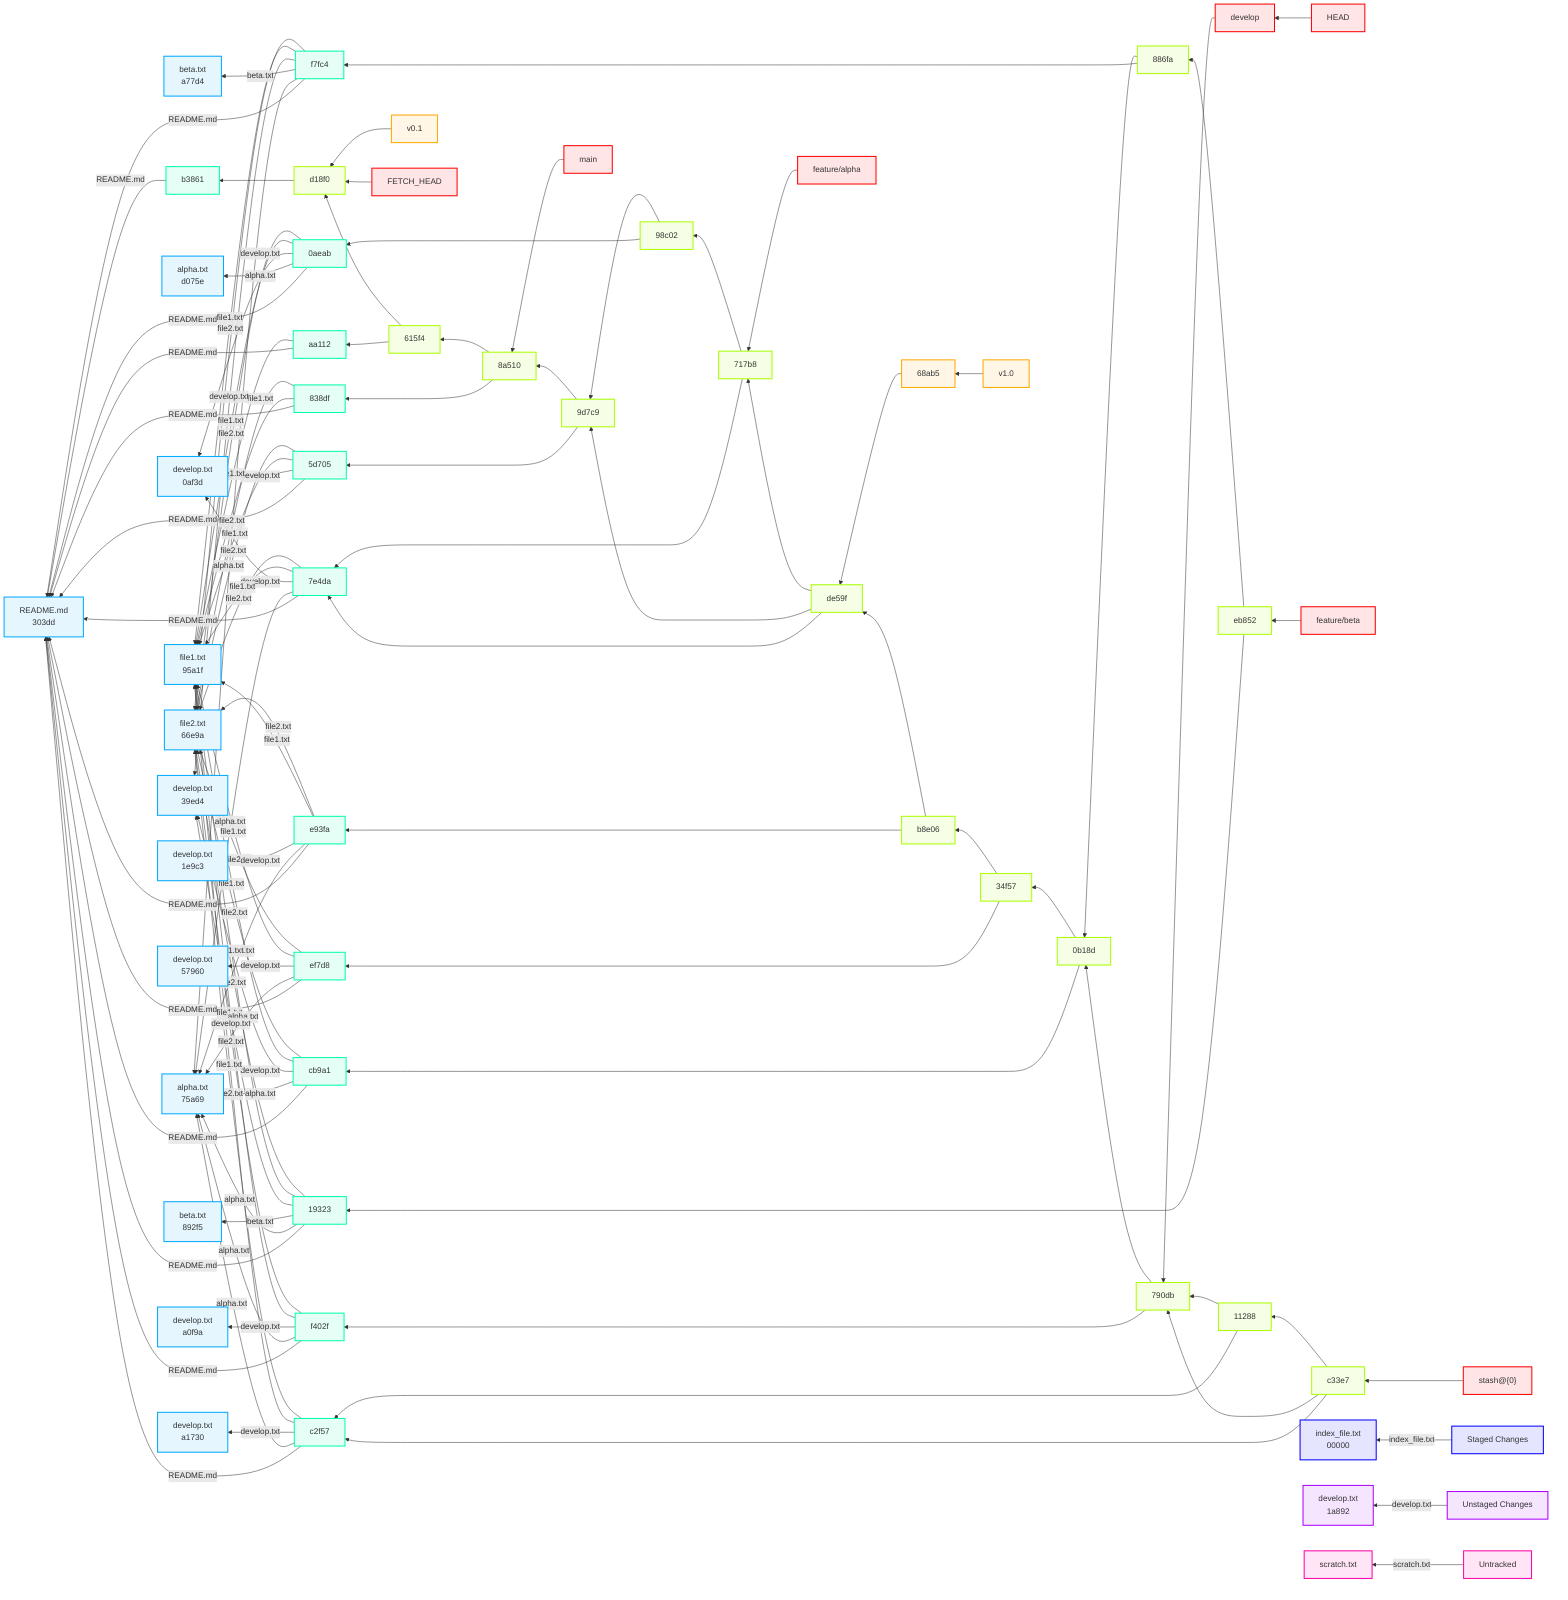
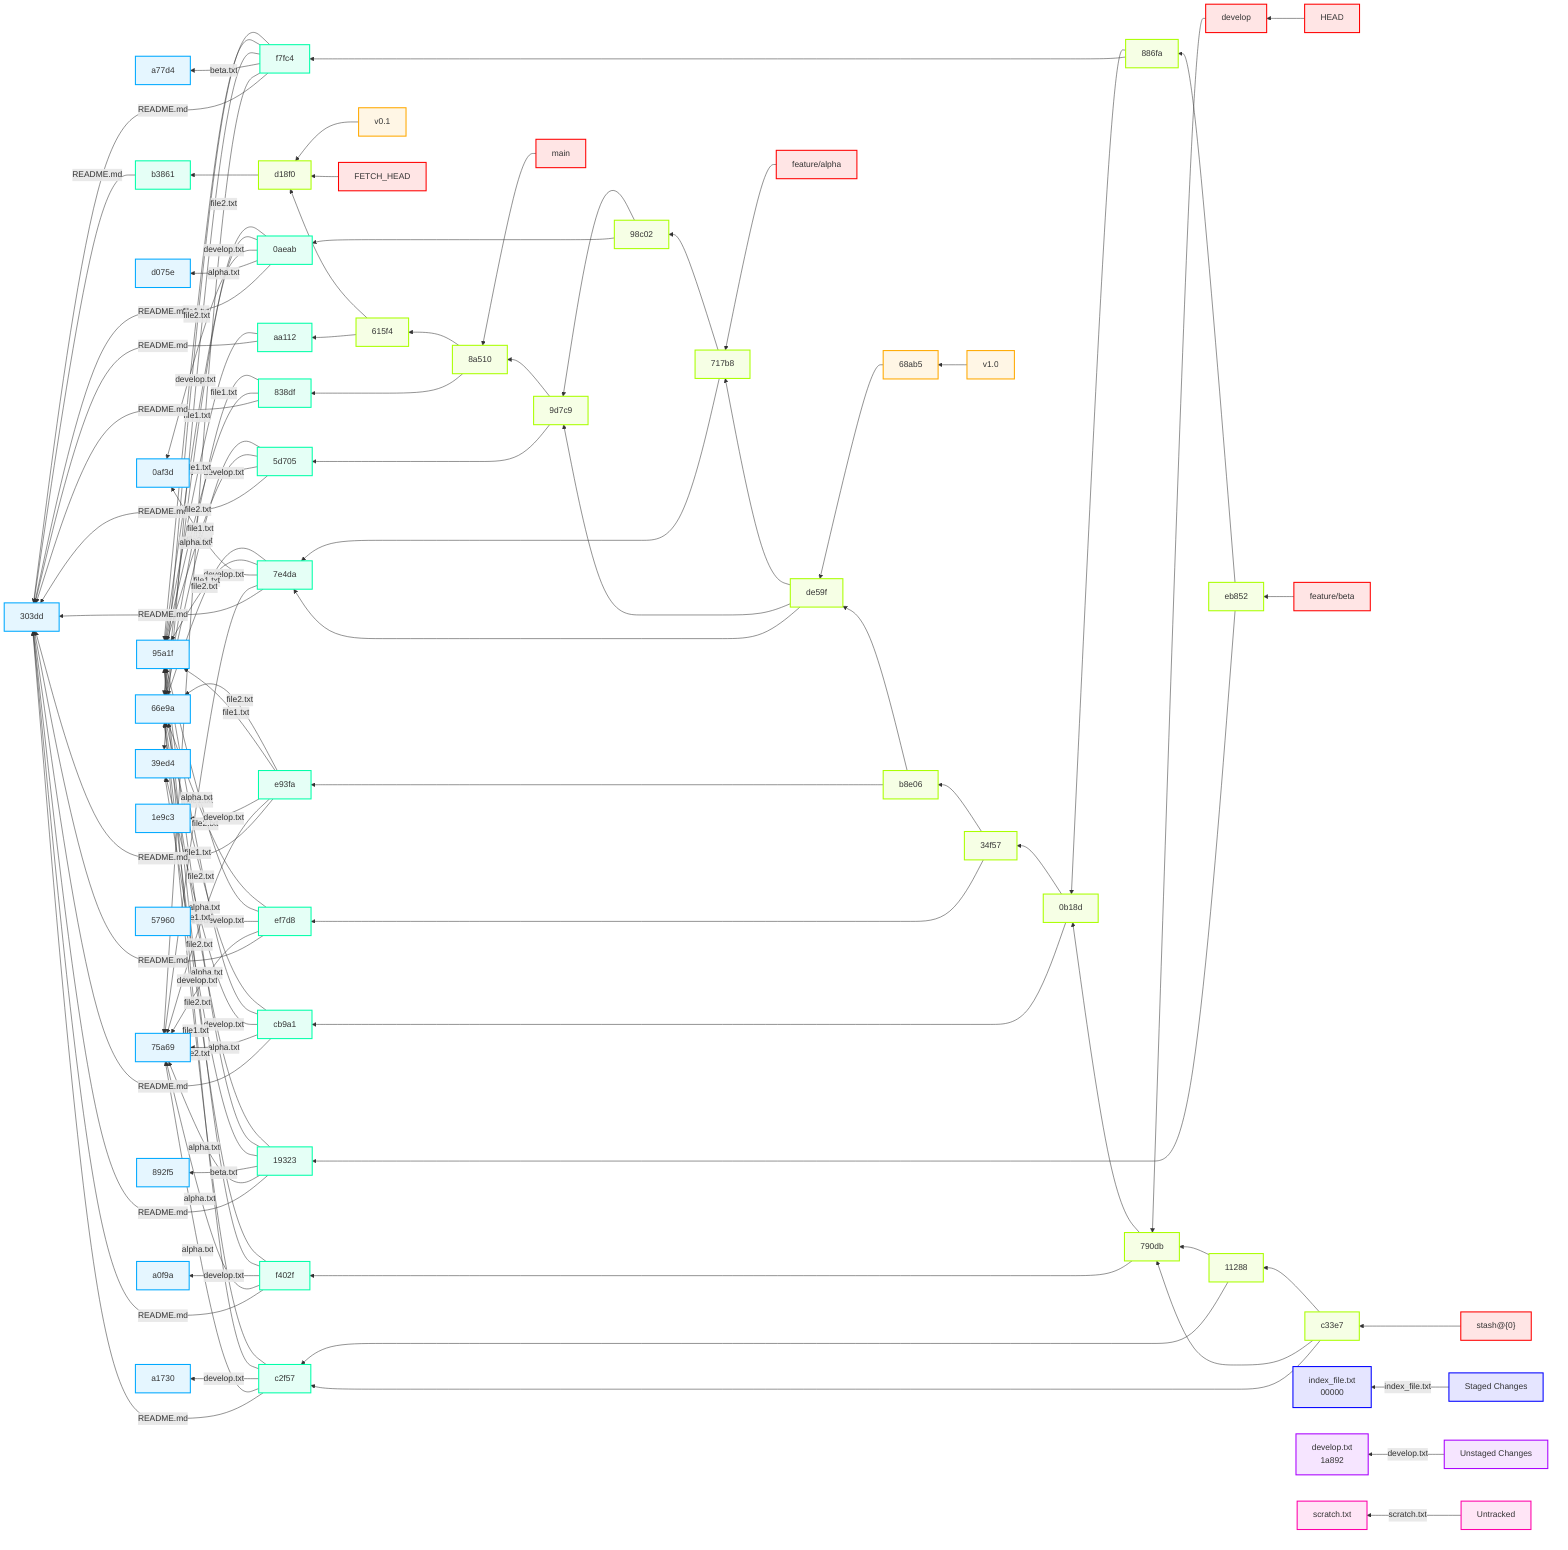
flowchart RL
    HEAD["HEAD"]
    refs_heads_develop["develop"]
    790db164f18098ef413853e56f7d93e70a2c187a["790db"]
    f402fa6c1016fcdcff2de566c4b4b2654d8acd5d["f402f"]
-     303ddddd86883f5558adc9d682135c455484e2e5["README.md<br/>303dd"]
-     75a69bc3472a11337ee6295f6b77e052fd098002["alpha.txt<br/>75a69"]
-     a0f9a4b4bc907de626292ea1edbab06250694827["develop.txt<br/>a0f9a"]
-     95a1fe834d4523c228c9deefcb9cf7f6395216aa["file1.txt<br/>95a1f"]
-     66e9a0d2f63c60d180b5ff437a8231611adaddc6["file2.txt<br/>66e9a"]
+     303ddddd86883f5558adc9d682135c455484e2e5["303dd"]
+     75a69bc3472a11337ee6295f6b77e052fd098002["75a69"]
+     a0f9a4b4bc907de626292ea1edbab06250694827["a0f9a"]
+     95a1fe834d4523c228c9deefcb9cf7f6395216aa["95a1f"]
+     66e9a0d2f63c60d180b5ff437a8231611adaddc6["66e9a"]
    0b18da950bf84d50fbc7562a4747f13094fc85df["0b18d"]
    cb9a102698e08fde659c8dc35f746fd4d3b736a5["cb9a1"]
-     39ed40bfad4199fb9caf6b8708f6ceb29dddad55["develop.txt<br/>39ed4"]
+     39ed40bfad4199fb9caf6b8708f6ceb29dddad55["39ed4"]
    34f5775c53e87185c6f0c5342e74c9f9d9a06c40["34f57"]
    ef7d89c5c18b0536fb7fb223de667dad764790e2["ef7d8"]
-     579608ebc45ea5a4fbd99f327d8e87747ba0bcd0["develop.txt<br/>57960"]
+     579608ebc45ea5a4fbd99f327d8e87747ba0bcd0["57960"]
    b8e06ba0f1639a2621da80b7b45bf60c9c90abda["b8e06"]
    e93fa8bfe86f6204ff476394d1395632759ecd68["e93fa"]
-     1e9c3ad5bf46b88f5866a53745447482284bf6f9["develop.txt<br/>1e9c3"]
+     1e9c3ad5bf46b88f5866a53745447482284bf6f9["1e9c3"]
    de59f3a1667fc051ccc0b0682694585e36040bf4["de59f"]
    7e4da62c636b6687f6affdd75895cbb867edd60f["7e4da"]
-     0af3daa9e28399e5345bd9961a2ff9c3b205659a["develop.txt<br/>0af3d"]
+     0af3daa9e28399e5345bd9961a2ff9c3b205659a["0af3d"]
    717b8ae6fe822a635bb36b718f6a7cb2a27863a5["717b8"]
    98c0271fb08e9ec656af44e1ce7e1f310d722f3b["98c02"]
    0aeab4513b0974c994319324459ffd1f719bf214["0aeab"]
-     d075eae27ad577ffbe2575a096bdffe45022317b["alpha.txt<br/>d075e"]
+     d075eae27ad577ffbe2575a096bdffe45022317b["d075e"]
    9d7c9410192654b9445d1935283210dbfa43d722["9d7c9"]
    5d70501ebd4985e449433f8bc0a107c3c68905be["5d705"]
    8a510ae66f449135f143a5099d7f7c8755c8fe9a["8a510"]
    838df0d60c3d8eebc3ed0888dcde284226fb66ab["838df"]
    615f48cc20ab3061238d022c49147045241a004f["615f4"]
    aa112b5460a82a77bbfc62caa4f2396bd48e12b8["aa112"]
    d18f056029432df7a41eacf452447a111f0f4a12["d18f0"]
    b3861aade2f5e7468c5d9016daf9780aeca713dd["b3861"]
    refs_heads_feature_alpha["feature/alpha"]
    refs_heads_feature_beta["feature/beta"]
    eb852ccf183082960915022040318f9549283f89["eb852"]
    1932397668064ab7e82715c6f79d47e8c2b2eac9["19323"]
-     892f5705b5026ed7130eae97ab57da9572ec2f00["beta.txt<br/>892f5"]
+     892f5705b5026ed7130eae97ab57da9572ec2f00["892f5"]
    886fab2b89c493ab873baa91ecb1438da7321edc["886fa"]
    f7fc420ec36ab4b139311a811157bb7681def36e["f7fc4"]
-     a77d4b8eacb32787386d8fabd77b7f8095352a85["beta.txt<br/>a77d4"]
+     a77d4b8eacb32787386d8fabd77b7f8095352a85["a77d4"]
    refs_heads_main["main"]
    refs_tags_v0_1["v0.1"]
    refs_tags_v1_0["v1.0"]
    68ab57a3957981ada1d7d99f5ed25152cf0c89d8["68ab5"]
    FETCH_HEAD["FETCH_HEAD"]
    stash_stash__0_["stash@{0}"]
    c33e73c6409632d1e00d353d3496d65cf06675df["c33e7"]
    c2f575b00ce2b17e91b59cc868ad7ccac2a07530["c2f57"]
-     a1730e1af68de3d9c44ad600a077143309128fc1["develop.txt<br/>a1730"]
+     a1730e1af68de3d9c44ad600a077143309128fc1["a1730"]
    112885a309337593323175787051795afbcd2ad7["11288"]
    Staged_Changes["Staged Changes"]
    staged_index_file_txt["index_file.txt<br/>00000"]
    Unstaged_Changes["Unstaged Changes"]
    unstaged_develop_txt["develop.txt<br/>1a892"]
    Untracked["Untracked"]
    untracked_scratch_txt["scratch.txt"]
    HEAD --> refs_heads_develop
    refs_heads_develop --> 790db164f18098ef413853e56f7d93e70a2c187a
    790db164f18098ef413853e56f7d93e70a2c187a --> f402fa6c1016fcdcff2de566c4b4b2654d8acd5d
    f402fa6c1016fcdcff2de566c4b4b2654d8acd5d -->|"README.md"| 303ddddd86883f5558adc9d682135c455484e2e5
    f402fa6c1016fcdcff2de566c4b4b2654d8acd5d -->|"alpha.txt"| 75a69bc3472a11337ee6295f6b77e052fd098002
    f402fa6c1016fcdcff2de566c4b4b2654d8acd5d -->|"develop.txt"| a0f9a4b4bc907de626292ea1edbab06250694827
    f402fa6c1016fcdcff2de566c4b4b2654d8acd5d -->|"file1.txt"| 95a1fe834d4523c228c9deefcb9cf7f6395216aa
    f402fa6c1016fcdcff2de566c4b4b2654d8acd5d -->|"file2.txt"| 66e9a0d2f63c60d180b5ff437a8231611adaddc6
    790db164f18098ef413853e56f7d93e70a2c187a --> 0b18da950bf84d50fbc7562a4747f13094fc85df
    0b18da950bf84d50fbc7562a4747f13094fc85df --> cb9a102698e08fde659c8dc35f746fd4d3b736a5
    cb9a102698e08fde659c8dc35f746fd4d3b736a5 -->|"README.md"| 303ddddd86883f5558adc9d682135c455484e2e5
    cb9a102698e08fde659c8dc35f746fd4d3b736a5 -->|"alpha.txt"| 75a69bc3472a11337ee6295f6b77e052fd098002
    cb9a102698e08fde659c8dc35f746fd4d3b736a5 -->|"develop.txt"| 39ed40bfad4199fb9caf6b8708f6ceb29dddad55
    cb9a102698e08fde659c8dc35f746fd4d3b736a5 -->|"file1.txt"| 95a1fe834d4523c228c9deefcb9cf7f6395216aa
    cb9a102698e08fde659c8dc35f746fd4d3b736a5 -->|"file2.txt"| 66e9a0d2f63c60d180b5ff437a8231611adaddc6
    0b18da950bf84d50fbc7562a4747f13094fc85df --> 34f5775c53e87185c6f0c5342e74c9f9d9a06c40
    34f5775c53e87185c6f0c5342e74c9f9d9a06c40 --> ef7d89c5c18b0536fb7fb223de667dad764790e2
    ef7d89c5c18b0536fb7fb223de667dad764790e2 -->|"README.md"| 303ddddd86883f5558adc9d682135c455484e2e5
    ef7d89c5c18b0536fb7fb223de667dad764790e2 -->|"alpha.txt"| 75a69bc3472a11337ee6295f6b77e052fd098002
    ef7d89c5c18b0536fb7fb223de667dad764790e2 -->|"develop.txt"| 579608ebc45ea5a4fbd99f327d8e87747ba0bcd0
    ef7d89c5c18b0536fb7fb223de667dad764790e2 -->|"file1.txt"| 95a1fe834d4523c228c9deefcb9cf7f6395216aa
    ef7d89c5c18b0536fb7fb223de667dad764790e2 -->|"file2.txt"| 66e9a0d2f63c60d180b5ff437a8231611adaddc6
    34f5775c53e87185c6f0c5342e74c9f9d9a06c40 --> b8e06ba0f1639a2621da80b7b45bf60c9c90abda
    b8e06ba0f1639a2621da80b7b45bf60c9c90abda --> e93fa8bfe86f6204ff476394d1395632759ecd68
    e93fa8bfe86f6204ff476394d1395632759ecd68 -->|"README.md"| 303ddddd86883f5558adc9d682135c455484e2e5
    e93fa8bfe86f6204ff476394d1395632759ecd68 -->|"alpha.txt"| 75a69bc3472a11337ee6295f6b77e052fd098002
    e93fa8bfe86f6204ff476394d1395632759ecd68 -->|"develop.txt"| 1e9c3ad5bf46b88f5866a53745447482284bf6f9
    e93fa8bfe86f6204ff476394d1395632759ecd68 -->|"file1.txt"| 95a1fe834d4523c228c9deefcb9cf7f6395216aa
    e93fa8bfe86f6204ff476394d1395632759ecd68 -->|"file2.txt"| 66e9a0d2f63c60d180b5ff437a8231611adaddc6
    b8e06ba0f1639a2621da80b7b45bf60c9c90abda --> de59f3a1667fc051ccc0b0682694585e36040bf4
    de59f3a1667fc051ccc0b0682694585e36040bf4 --> 7e4da62c636b6687f6affdd75895cbb867edd60f
    7e4da62c636b6687f6affdd75895cbb867edd60f -->|"README.md"| 303ddddd86883f5558adc9d682135c455484e2e5
    7e4da62c636b6687f6affdd75895cbb867edd60f -->|"alpha.txt"| 75a69bc3472a11337ee6295f6b77e052fd098002
    7e4da62c636b6687f6affdd75895cbb867edd60f -->|"develop.txt"| 0af3daa9e28399e5345bd9961a2ff9c3b205659a
    7e4da62c636b6687f6affdd75895cbb867edd60f -->|"file1.txt"| 95a1fe834d4523c228c9deefcb9cf7f6395216aa
    7e4da62c636b6687f6affdd75895cbb867edd60f -->|"file2.txt"| 66e9a0d2f63c60d180b5ff437a8231611adaddc6
    de59f3a1667fc051ccc0b0682694585e36040bf4 --> 9d7c9410192654b9445d1935283210dbfa43d722
    de59f3a1667fc051ccc0b0682694585e36040bf4 --> 717b8ae6fe822a635bb36b718f6a7cb2a27863a5
    717b8ae6fe822a635bb36b718f6a7cb2a27863a5 --> 7e4da62c636b6687f6affdd75895cbb867edd60f
    717b8ae6fe822a635bb36b718f6a7cb2a27863a5 --> 98c0271fb08e9ec656af44e1ce7e1f310d722f3b
    98c0271fb08e9ec656af44e1ce7e1f310d722f3b --> 0aeab4513b0974c994319324459ffd1f719bf214
    0aeab4513b0974c994319324459ffd1f719bf214 -->|"README.md"| 303ddddd86883f5558adc9d682135c455484e2e5
    0aeab4513b0974c994319324459ffd1f719bf214 -->|"alpha.txt"| d075eae27ad577ffbe2575a096bdffe45022317b
    0aeab4513b0974c994319324459ffd1f719bf214 -->|"develop.txt"| 0af3daa9e28399e5345bd9961a2ff9c3b205659a
    0aeab4513b0974c994319324459ffd1f719bf214 -->|"file1.txt"| 95a1fe834d4523c228c9deefcb9cf7f6395216aa
    0aeab4513b0974c994319324459ffd1f719bf214 -->|"file2.txt"| 66e9a0d2f63c60d180b5ff437a8231611adaddc6
    98c0271fb08e9ec656af44e1ce7e1f310d722f3b --> 9d7c9410192654b9445d1935283210dbfa43d722
    9d7c9410192654b9445d1935283210dbfa43d722 --> 5d70501ebd4985e449433f8bc0a107c3c68905be
    5d70501ebd4985e449433f8bc0a107c3c68905be -->|"README.md"| 303ddddd86883f5558adc9d682135c455484e2e5
    5d70501ebd4985e449433f8bc0a107c3c68905be -->|"develop.txt"| 0af3daa9e28399e5345bd9961a2ff9c3b205659a
    5d70501ebd4985e449433f8bc0a107c3c68905be -->|"file1.txt"| 95a1fe834d4523c228c9deefcb9cf7f6395216aa
    5d70501ebd4985e449433f8bc0a107c3c68905be -->|"file2.txt"| 66e9a0d2f63c60d180b5ff437a8231611adaddc6
    9d7c9410192654b9445d1935283210dbfa43d722 --> 8a510ae66f449135f143a5099d7f7c8755c8fe9a
    8a510ae66f449135f143a5099d7f7c8755c8fe9a --> 838df0d60c3d8eebc3ed0888dcde284226fb66ab
    838df0d60c3d8eebc3ed0888dcde284226fb66ab -->|"README.md"| 303ddddd86883f5558adc9d682135c455484e2e5
    838df0d60c3d8eebc3ed0888dcde284226fb66ab -->|"file1.txt"| 95a1fe834d4523c228c9deefcb9cf7f6395216aa
    838df0d60c3d8eebc3ed0888dcde284226fb66ab -->|"file2.txt"| 66e9a0d2f63c60d180b5ff437a8231611adaddc6
    8a510ae66f449135f143a5099d7f7c8755c8fe9a --> 615f48cc20ab3061238d022c49147045241a004f
    615f48cc20ab3061238d022c49147045241a004f --> aa112b5460a82a77bbfc62caa4f2396bd48e12b8
    aa112b5460a82a77bbfc62caa4f2396bd48e12b8 -->|"README.md"| 303ddddd86883f5558adc9d682135c455484e2e5
    aa112b5460a82a77bbfc62caa4f2396bd48e12b8 -->|"file1.txt"| 95a1fe834d4523c228c9deefcb9cf7f6395216aa
    615f48cc20ab3061238d022c49147045241a004f --> d18f056029432df7a41eacf452447a111f0f4a12
    d18f056029432df7a41eacf452447a111f0f4a12 --> b3861aade2f5e7468c5d9016daf9780aeca713dd
    b3861aade2f5e7468c5d9016daf9780aeca713dd -->|"README.md"| 303ddddd86883f5558adc9d682135c455484e2e5
    refs_heads_feature_alpha --> 717b8ae6fe822a635bb36b718f6a7cb2a27863a5
    refs_heads_feature_beta --> eb852ccf183082960915022040318f9549283f89
    eb852ccf183082960915022040318f9549283f89 --> 1932397668064ab7e82715c6f79d47e8c2b2eac9
    1932397668064ab7e82715c6f79d47e8c2b2eac9 -->|"README.md"| 303ddddd86883f5558adc9d682135c455484e2e5
    1932397668064ab7e82715c6f79d47e8c2b2eac9 -->|"alpha.txt"| 75a69bc3472a11337ee6295f6b77e052fd098002
    1932397668064ab7e82715c6f79d47e8c2b2eac9 -->|"beta.txt"| 892f5705b5026ed7130eae97ab57da9572ec2f00
    1932397668064ab7e82715c6f79d47e8c2b2eac9 -->|"develop.txt"| 39ed40bfad4199fb9caf6b8708f6ceb29dddad55
    1932397668064ab7e82715c6f79d47e8c2b2eac9 -->|"file1.txt"| 95a1fe834d4523c228c9deefcb9cf7f6395216aa
    1932397668064ab7e82715c6f79d47e8c2b2eac9 -->|"file2.txt"| 66e9a0d2f63c60d180b5ff437a8231611adaddc6
    eb852ccf183082960915022040318f9549283f89 --> 886fab2b89c493ab873baa91ecb1438da7321edc
    886fab2b89c493ab873baa91ecb1438da7321edc --> f7fc420ec36ab4b139311a811157bb7681def36e
    f7fc420ec36ab4b139311a811157bb7681def36e -->|"README.md"| 303ddddd86883f5558adc9d682135c455484e2e5
    f7fc420ec36ab4b139311a811157bb7681def36e -->|"alpha.txt"| 75a69bc3472a11337ee6295f6b77e052fd098002
    f7fc420ec36ab4b139311a811157bb7681def36e -->|"beta.txt"| a77d4b8eacb32787386d8fabd77b7f8095352a85
    f7fc420ec36ab4b139311a811157bb7681def36e -->|"develop.txt"| 39ed40bfad4199fb9caf6b8708f6ceb29dddad55
    f7fc420ec36ab4b139311a811157bb7681def36e -->|"file1.txt"| 95a1fe834d4523c228c9deefcb9cf7f6395216aa
    f7fc420ec36ab4b139311a811157bb7681def36e -->|"file2.txt"| 66e9a0d2f63c60d180b5ff437a8231611adaddc6
    886fab2b89c493ab873baa91ecb1438da7321edc --> 0b18da950bf84d50fbc7562a4747f13094fc85df
    refs_heads_main --> 8a510ae66f449135f143a5099d7f7c8755c8fe9a
    refs_tags_v0_1 --> d18f056029432df7a41eacf452447a111f0f4a12
    refs_tags_v1_0 --> 68ab57a3957981ada1d7d99f5ed25152cf0c89d8
    68ab57a3957981ada1d7d99f5ed25152cf0c89d8 --> de59f3a1667fc051ccc0b0682694585e36040bf4
    FETCH_HEAD --> d18f056029432df7a41eacf452447a111f0f4a12
    stash_stash__0_ --> c33e73c6409632d1e00d353d3496d65cf06675df
    c33e73c6409632d1e00d353d3496d65cf06675df --> c2f575b00ce2b17e91b59cc868ad7ccac2a07530
    c2f575b00ce2b17e91b59cc868ad7ccac2a07530 -->|"README.md"| 303ddddd86883f5558adc9d682135c455484e2e5
    c2f575b00ce2b17e91b59cc868ad7ccac2a07530 -->|"alpha.txt"| 75a69bc3472a11337ee6295f6b77e052fd098002
    c2f575b00ce2b17e91b59cc868ad7ccac2a07530 -->|"develop.txt"| a1730e1af68de3d9c44ad600a077143309128fc1
    c2f575b00ce2b17e91b59cc868ad7ccac2a07530 -->|"file1.txt"| 95a1fe834d4523c228c9deefcb9cf7f6395216aa
    c2f575b00ce2b17e91b59cc868ad7ccac2a07530 -->|"file2.txt"| 66e9a0d2f63c60d180b5ff437a8231611adaddc6
    c33e73c6409632d1e00d353d3496d65cf06675df --> 790db164f18098ef413853e56f7d93e70a2c187a
    c33e73c6409632d1e00d353d3496d65cf06675df --> 112885a309337593323175787051795afbcd2ad7
    112885a309337593323175787051795afbcd2ad7 --> c2f575b00ce2b17e91b59cc868ad7ccac2a07530
    112885a309337593323175787051795afbcd2ad7 --> 790db164f18098ef413853e56f7d93e70a2c187a
    Staged_Changes -->|"index_file.txt"| staged_index_file_txt
    Unstaged_Changes -->|"develop.txt"| unstaged_develop_txt
    Untracked -->|"scratch.txt"| untracked_scratch_txt
    style HEAD fill:#ffe5e5,stroke:#ff0000,stroke-width:2px
    style refs_heads_develop fill:#ffe5e5,stroke:#ff0000,stroke-width:2px
    style 790db164f18098ef413853e56f7d93e70a2c187a fill:#f6ffe5,stroke:#aaff00,stroke-width:2px
    style f402fa6c1016fcdcff2de566c4b4b2654d8acd5d fill:#e5fff6,stroke:#00ffa9,stroke-width:2px
    style 303ddddd86883f5558adc9d682135c455484e2e5 fill:#e5f6ff,stroke:#00a9ff,stroke-width:2px
    style 75a69bc3472a11337ee6295f6b77e052fd098002 fill:#e5f6ff,stroke:#00a9ff,stroke-width:2px
    style a0f9a4b4bc907de626292ea1edbab06250694827 fill:#e5f6ff,stroke:#00a9ff,stroke-width:2px
    style 95a1fe834d4523c228c9deefcb9cf7f6395216aa fill:#e5f6ff,stroke:#00a9ff,stroke-width:2px
    style 66e9a0d2f63c60d180b5ff437a8231611adaddc6 fill:#e5f6ff,stroke:#00a9ff,stroke-width:2px
    style 0b18da950bf84d50fbc7562a4747f13094fc85df fill:#f6ffe5,stroke:#aaff00,stroke-width:2px
    style cb9a102698e08fde659c8dc35f746fd4d3b736a5 fill:#e5fff6,stroke:#00ffa9,stroke-width:2px
    style 39ed40bfad4199fb9caf6b8708f6ceb29dddad55 fill:#e5f6ff,stroke:#00a9ff,stroke-width:2px
    style 34f5775c53e87185c6f0c5342e74c9f9d9a06c40 fill:#f6ffe5,stroke:#aaff00,stroke-width:2px
    style ef7d89c5c18b0536fb7fb223de667dad764790e2 fill:#e5fff6,stroke:#00ffa9,stroke-width:2px
    style 579608ebc45ea5a4fbd99f327d8e87747ba0bcd0 fill:#e5f6ff,stroke:#00a9ff,stroke-width:2px
    style b8e06ba0f1639a2621da80b7b45bf60c9c90abda fill:#f6ffe5,stroke:#aaff00,stroke-width:2px
    style e93fa8bfe86f6204ff476394d1395632759ecd68 fill:#e5fff6,stroke:#00ffa9,stroke-width:2px
    style 1e9c3ad5bf46b88f5866a53745447482284bf6f9 fill:#e5f6ff,stroke:#00a9ff,stroke-width:2px
    style de59f3a1667fc051ccc0b0682694585e36040bf4 fill:#f6ffe5,stroke:#aaff00,stroke-width:2px
    style 7e4da62c636b6687f6affdd75895cbb867edd60f fill:#e5fff6,stroke:#00ffa9,stroke-width:2px
    style 0af3daa9e28399e5345bd9961a2ff9c3b205659a fill:#e5f6ff,stroke:#00a9ff,stroke-width:2px
    style 717b8ae6fe822a635bb36b718f6a7cb2a27863a5 fill:#f6ffe5,stroke:#aaff00,stroke-width:2px
    style 98c0271fb08e9ec656af44e1ce7e1f310d722f3b fill:#f6ffe5,stroke:#aaff00,stroke-width:2px
    style 0aeab4513b0974c994319324459ffd1f719bf214 fill:#e5fff6,stroke:#00ffa9,stroke-width:2px
    style d075eae27ad577ffbe2575a096bdffe45022317b fill:#e5f6ff,stroke:#00a9ff,stroke-width:2px
    style 9d7c9410192654b9445d1935283210dbfa43d722 fill:#f6ffe5,stroke:#aaff00,stroke-width:2px
    style 5d70501ebd4985e449433f8bc0a107c3c68905be fill:#e5fff6,stroke:#00ffa9,stroke-width:2px
    style 8a510ae66f449135f143a5099d7f7c8755c8fe9a fill:#f6ffe5,stroke:#aaff00,stroke-width:2px
    style 838df0d60c3d8eebc3ed0888dcde284226fb66ab fill:#e5fff6,stroke:#00ffa9,stroke-width:2px
    style 615f48cc20ab3061238d022c49147045241a004f fill:#f6ffe5,stroke:#aaff00,stroke-width:2px
    style aa112b5460a82a77bbfc62caa4f2396bd48e12b8 fill:#e5fff6,stroke:#00ffa9,stroke-width:2px
    style d18f056029432df7a41eacf452447a111f0f4a12 fill:#f6ffe5,stroke:#aaff00,stroke-width:2px
    style b3861aade2f5e7468c5d9016daf9780aeca713dd fill:#e5fff6,stroke:#00ffa9,stroke-width:2px
    style refs_heads_feature_alpha fill:#ffe5e5,stroke:#ff0000,stroke-width:2px
    style refs_heads_feature_beta fill:#ffe5e5,stroke:#ff0000,stroke-width:2px
    style eb852ccf183082960915022040318f9549283f89 fill:#f6ffe5,stroke:#aaff00,stroke-width:2px
    style 1932397668064ab7e82715c6f79d47e8c2b2eac9 fill:#e5fff6,stroke:#00ffa9,stroke-width:2px
    style 892f5705b5026ed7130eae97ab57da9572ec2f00 fill:#e5f6ff,stroke:#00a9ff,stroke-width:2px
    style 886fab2b89c493ab873baa91ecb1438da7321edc fill:#f6ffe5,stroke:#aaff00,stroke-width:2px
    style f7fc420ec36ab4b139311a811157bb7681def36e fill:#e5fff6,stroke:#00ffa9,stroke-width:2px
    style a77d4b8eacb32787386d8fabd77b7f8095352a85 fill:#e5f6ff,stroke:#00a9ff,stroke-width:2px
    style refs_heads_main fill:#ffe5e5,stroke:#ff0000,stroke-width:2px
    style refs_tags_v0_1 fill:#fff6e5,stroke:#ffa900,stroke-width:2px
    style refs_tags_v1_0 fill:#fff6e5,stroke:#ffa900,stroke-width:2px
    style 68ab57a3957981ada1d7d99f5ed25152cf0c89d8 fill:#fff6e5,stroke:#ffa900,stroke-width:2px
    style FETCH_HEAD fill:#ffe5e5,stroke:#ff0000,stroke-width:2px
    style stash_stash__0_ fill:#ffe5e5,stroke:#ff0000,stroke-width:2px
    style c33e73c6409632d1e00d353d3496d65cf06675df fill:#f6ffe5,stroke:#aaff00,stroke-width:2px
    style c2f575b00ce2b17e91b59cc868ad7ccac2a07530 fill:#e5fff6,stroke:#00ffa9,stroke-width:2px
    style a1730e1af68de3d9c44ad600a077143309128fc1 fill:#e5f6ff,stroke:#00a9ff,stroke-width:2px
    style 112885a309337593323175787051795afbcd2ad7 fill:#f6ffe5,stroke:#aaff00,stroke-width:2px
    style Staged_Changes fill:#e5e5ff,stroke:#0000ff,stroke-width:2px
    style staged_index_file_txt fill:#e5e5ff,stroke:#0000ff,stroke-width:2px
    style Unstaged_Changes fill:#f6e5ff,stroke:#aa00ff,stroke-width:2px
    style unstaged_develop_txt fill:#f6e5ff,stroke:#aa00ff,stroke-width:2px
    style Untracked fill:#ffe5f6,stroke:#ff00a9,stroke-width:2px
    style untracked_scratch_txt fill:#ffe5f6,stroke:#ff00a9,stroke-width:2px
